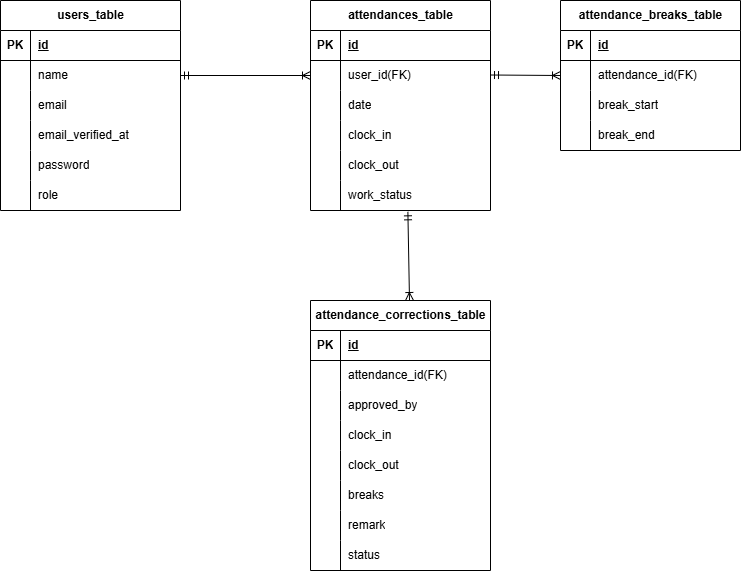
This is src/time-and-attendance-management-system.png from yo003002/time-and-management-system, a draw.io export, as it was before one commit. Source tidied: cells renumbered, new cells last; positions are measured from the earlier drawing's top-left corner, leaving out a move shared by most shapes.
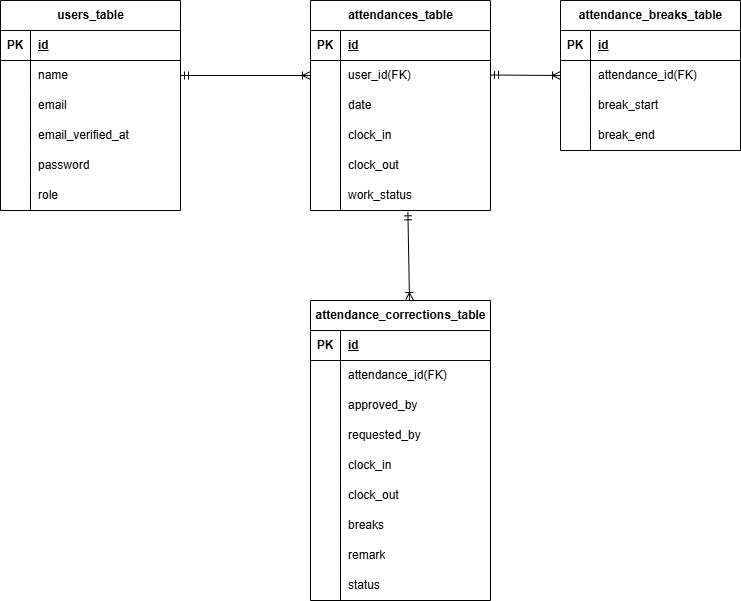
Above is the later version.

Change to the diagram source:
```diff
@@ -156,7 +156,7 @@
       <mxGeometry x="30" width="150" height="30" as="geometry" />
     </mxCell>
     <mxCell id="53" value="attendance_corrections_table" style="shape=table;startSize=30;rowLines=0;fontStyle=1;align=center;html=1;" parent="1" vertex="1">
-      <mxGeometry x="310" y="300" width="180" height="270" as="geometry" />
+      <mxGeometry x="310" y="300" width="180" height="300" as="geometry" />
     </mxCell>
     <mxCell id="54" style="shape=tableRow;horizontal=0;startSize=0;swimlaneHead=0;swimlaneBody=0;fillColor=none;top=0;left=0;right=0;bottom=1;" parent="53" vertex="1">
       <mxGeometry y="30" width="180" height="30" as="geometry" />
@@ -191,7 +191,7 @@
     <mxCell id="64" style="shape=partialRectangle;fillColor=none;top=0;left=0;bottom=0;right=0;overflow=hidden;whiteSpace=wrap;html=1;" parent="63" vertex="1">
       <mxGeometry width="30" height="30" as="geometry" />
     </mxCell>
-    <mxCell id="65" value="clock_in" style="shape=partialRectangle;fillColor=none;top=0;left=0;bottom=0;right=0;align=left;spacingLeft=6;overflow=hidden;whiteSpace=wrap;html=1;" parent="63" vertex="1">
+    <mxCell id="65" value="requested_by" style="shape=partialRectangle;fillColor=none;top=0;left=0;bottom=0;right=0;align=left;spacingLeft=6;overflow=hidden;whiteSpace=wrap;html=1;" parent="63" vertex="1">
       <mxGeometry x="30" width="150" height="30" as="geometry" />
     </mxCell>
     <mxCell id="66" style="shape=tableRow;horizontal=0;startSize=0;swimlaneHead=0;swimlaneBody=0;fillColor=none;top=0;left=0;right=0;bottom=0;" parent="53" vertex="1">
@@ -200,7 +200,7 @@
     <mxCell id="67" style="shape=partialRectangle;fillColor=none;top=0;left=0;bottom=0;right=0;overflow=hidden;whiteSpace=wrap;html=1;" parent="66" vertex="1">
       <mxGeometry width="30" height="30" as="geometry" />
     </mxCell>
-    <mxCell id="68" value="clock_out" style="shape=partialRectangle;fillColor=none;top=0;left=0;bottom=0;right=0;align=left;spacingLeft=6;overflow=hidden;whiteSpace=wrap;html=1;" parent="66" vertex="1">
+    <mxCell id="68" value="&lt;span style=&quot;color: rgb(0, 0, 0);&quot;&gt;clock_in&lt;/span&gt;" style="shape=partialRectangle;fillColor=none;top=0;left=0;bottom=0;right=0;align=left;spacingLeft=6;overflow=hidden;whiteSpace=wrap;html=1;" parent="66" vertex="1">
       <mxGeometry x="30" width="150" height="30" as="geometry" />
     </mxCell>
     <mxCell id="69" style="shape=tableRow;horizontal=0;startSize=0;swimlaneHead=0;swimlaneBody=0;fillColor=none;top=0;left=0;right=0;bottom=0;" parent="53" vertex="1">
@@ -209,7 +209,7 @@
     <mxCell id="70" style="shape=partialRectangle;fillColor=none;top=0;left=0;bottom=0;right=0;overflow=hidden;whiteSpace=wrap;html=1;" parent="69" vertex="1">
       <mxGeometry width="30" height="30" as="geometry" />
     </mxCell>
-    <mxCell id="71" value="breaks" style="shape=partialRectangle;fillColor=none;top=0;left=0;bottom=0;right=0;align=left;spacingLeft=6;overflow=hidden;whiteSpace=wrap;html=1;" parent="69" vertex="1">
+    <mxCell id="71" value="&lt;span style=&quot;color: rgb(0, 0, 0);&quot;&gt;clock_out&lt;/span&gt;" style="shape=partialRectangle;fillColor=none;top=0;left=0;bottom=0;right=0;align=left;spacingLeft=6;overflow=hidden;whiteSpace=wrap;html=1;" parent="69" vertex="1">
       <mxGeometry x="30" width="150" height="30" as="geometry" />
     </mxCell>
     <mxCell id="72" style="shape=tableRow;horizontal=0;startSize=0;swimlaneHead=0;swimlaneBody=0;fillColor=none;top=0;left=0;right=0;bottom=0;" parent="53" vertex="1">
@@ -218,7 +218,7 @@
     <mxCell id="73" style="shape=partialRectangle;fillColor=none;top=0;left=0;bottom=0;right=0;overflow=hidden;whiteSpace=wrap;html=1;" parent="72" vertex="1">
       <mxGeometry width="30" height="30" as="geometry" />
     </mxCell>
-    <mxCell id="74" value="remark" style="shape=partialRectangle;fillColor=none;top=0;left=0;bottom=0;right=0;align=left;spacingLeft=6;overflow=hidden;whiteSpace=wrap;html=1;" parent="72" vertex="1">
+    <mxCell id="74" value="&lt;span style=&quot;color: rgb(0, 0, 0);&quot;&gt;breaks&lt;/span&gt;" style="shape=partialRectangle;fillColor=none;top=0;left=0;bottom=0;right=0;align=left;spacingLeft=6;overflow=hidden;whiteSpace=wrap;html=1;" parent="72" vertex="1">
       <mxGeometry x="30" width="150" height="30" as="geometry" />
     </mxCell>
     <mxCell id="75" style="shape=tableRow;horizontal=0;startSize=0;swimlaneHead=0;swimlaneBody=0;fillColor=none;top=0;left=0;right=0;bottom=0;" parent="53" vertex="1">
@@ -227,9 +227,18 @@
     <mxCell id="76" style="shape=partialRectangle;fillColor=none;top=0;left=0;bottom=0;right=0;overflow=hidden;whiteSpace=wrap;html=1;" parent="75" vertex="1">
       <mxGeometry width="30" height="30" as="geometry" />
     </mxCell>
-    <mxCell id="77" value="status" style="shape=partialRectangle;fillColor=none;top=0;left=0;bottom=0;right=0;align=left;spacingLeft=6;overflow=hidden;whiteSpace=wrap;html=1;" parent="75" vertex="1">
+    <mxCell id="77" value="&lt;span style=&quot;color: rgb(0, 0, 0);&quot;&gt;remark&lt;/span&gt;" style="shape=partialRectangle;fillColor=none;top=0;left=0;bottom=0;right=0;align=left;spacingLeft=6;overflow=hidden;whiteSpace=wrap;html=1;" parent="75" vertex="1">
       <mxGeometry x="30" width="150" height="30" as="geometry" />
     </mxCell>
+    <mxCell id="81" style="shape=tableRow;horizontal=0;startSize=0;swimlaneHead=0;swimlaneBody=0;fillColor=none;top=0;left=0;right=0;bottom=0;" parent="53" vertex="1">
+      <mxGeometry y="270" width="180" height="30" as="geometry" />
+    </mxCell>
+    <mxCell id="82" style="shape=partialRectangle;fillColor=none;top=0;left=0;bottom=0;right=0;overflow=hidden;whiteSpace=wrap;html=1;" parent="81" vertex="1">
+      <mxGeometry width="30" height="30" as="geometry" />
+    </mxCell>
+    <mxCell id="83" value="status" style="shape=partialRectangle;fillColor=none;top=0;left=0;bottom=0;right=0;align=left;spacingLeft=6;overflow=hidden;whiteSpace=wrap;html=1;" parent="81" vertex="1">
+      <mxGeometry x="30" width="150" height="30" as="geometry" />
+    </mxCell>
     <mxCell id="78" style="fontSize=12;html=1;endArrow=ERoneToMany;startArrow=ERmandOne;exitX=1;exitY=0.5;exitDx=0;exitDy=0;entryX=0;entryY=0.5;entryDx=0;entryDy=0;" parent="1" edge="1" source="6" target="25">
       <mxGeometry relative="1" as="geometry" />
     </mxCell>
```
